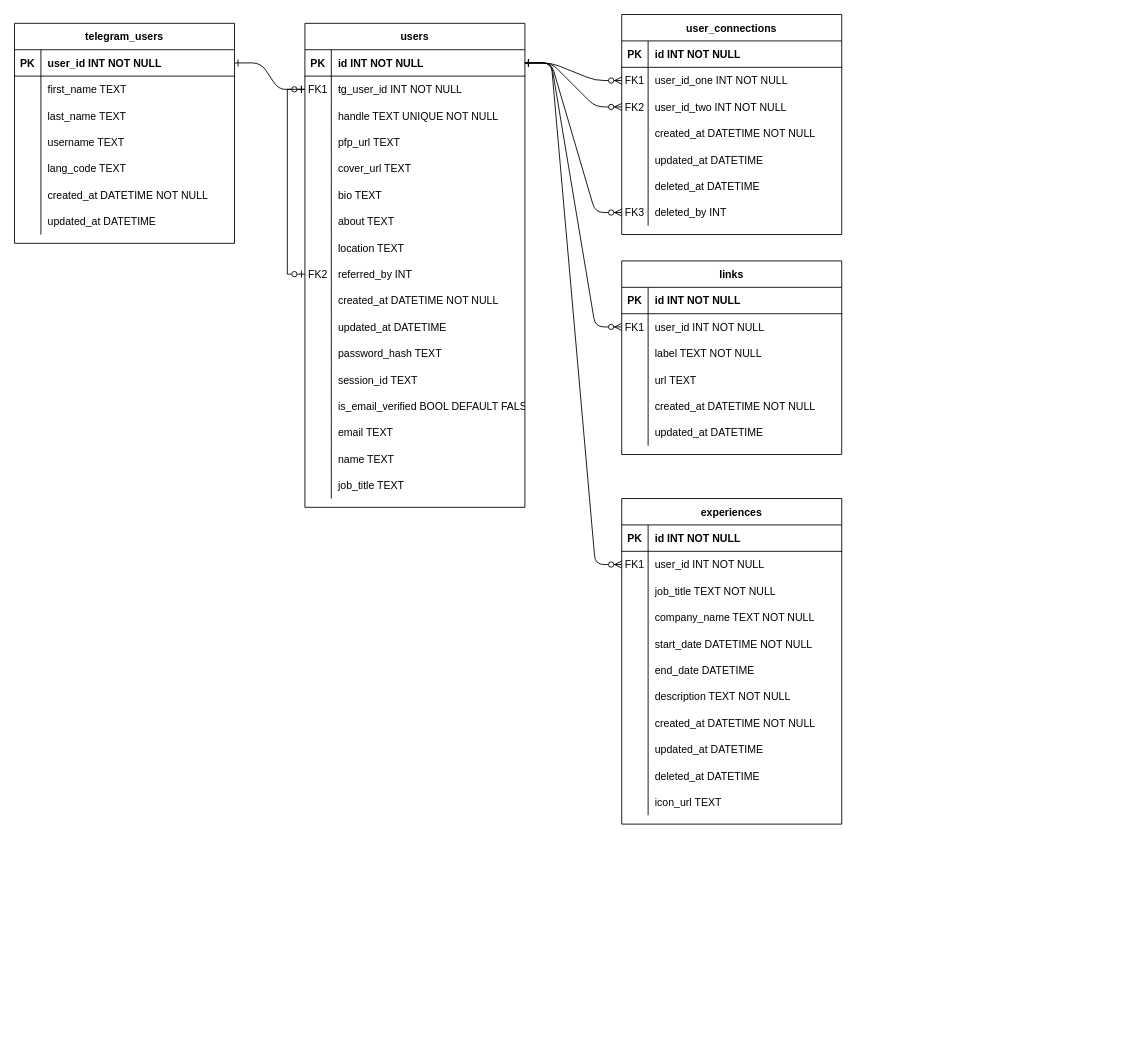
The draw.io diagram tg-profile-entity-class-diagram.drawio in ImWaynnee/tg-profile-class-diagram, before the edit. Source tidied: cells renumbered, new cells numbered last; positions are measured from the earlier drawing's top-left corner, leaving out a move shared by most shapes. Both pictures are drawn from the tidied source at 88%, with x=0, y=0 at pixel (14, 14).
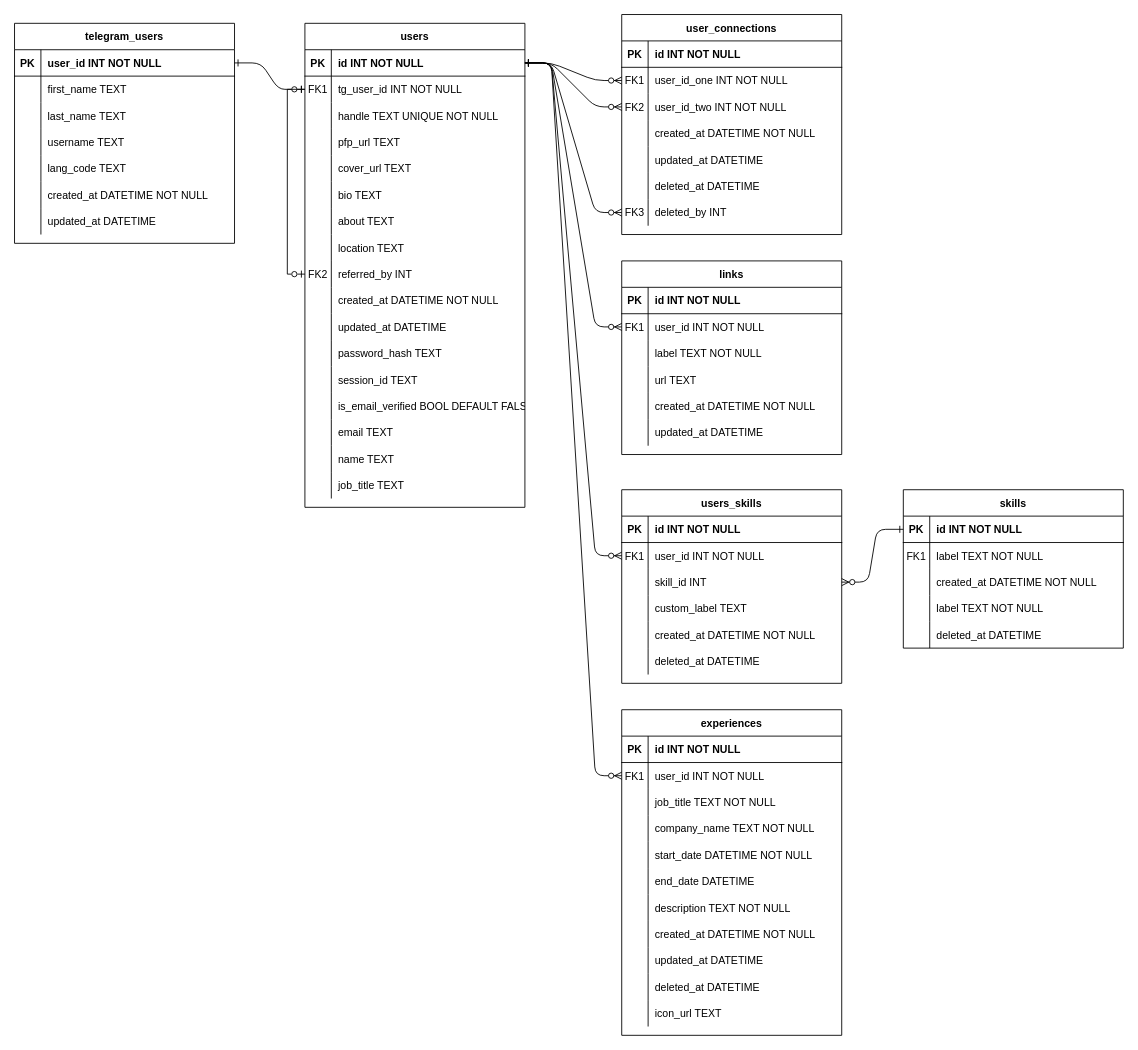
The same diagram, later.

Unchanged cells that the change refers to:
```xml
<mxCell id="5" style="shape=partialRectangle;fillColor=none;points=[[0,0.5],[1,0.5]];portConstraint=eastwest;top=0;left=0;right=0;bottom=1;" parent="4" vertex="1">
  <mxGeometry y="30" width="250" height="30" as="geometry" />
</mxCell>
```

The edit, as a diff of the source:
```diff
@@
     <mxCell id="97" value="experiences" style="shape=table;startSize=30;childLayout=tableLayout;rowLines=0;fontStyle=1;align=center;" parent="1" vertex="1">
-      <mxGeometry x="690" y="550" width="250" height="370" as="geometry" />
+      <mxGeometry x="690" y="790" width="250" height="370" as="geometry" />
     </mxCell>
@@
+    <mxCell id="159" value="skills" style="shape=table;startSize=30;childLayout=tableLayout;rowLines=0;fontStyle=1;align=center;" parent="1" vertex="1">
+      <mxGeometry x="1010" y="540" width="250" height="180" as="geometry" />
+    </mxCell>
+    <mxCell id="160" style="shape=partialRectangle;fillColor=none;points=[[0,0.5],[1,0.5]];portConstraint=eastwest;top=0;left=0;right=0;bottom=1;" parent="159" vertex="1">
+      <mxGeometry y="30" width="250" height="30" as="geometry" />
+    </mxCell>
+    <mxCell id="161" value="PK" style="shape=partialRectangle;overflow=hidden;fillColor=none;top=0;left=0;bottom=0;right=0;fontStyle=1;" parent="160" vertex="1">
+      <mxGeometry width="30" height="30" as="geometry" />
+    </mxCell>
+    <mxCell id="162" value="id INT NOT NULL" style="shape=partialRectangle;overflow=hidden;fillColor=none;top=0;left=0;bottom=0;right=0;align=left;spacingLeft=6;fontStyle=1;" parent="160" vertex="1">
+      <mxGeometry x="30" width="220" height="30" as="geometry" />
+    </mxCell>
+    <mxCell id="163" style="shape=partialRectangle;fillColor=none;top=0;left=0;right=0;bottom=0;" parent="159" vertex="1">
+      <mxGeometry y="60" width="250" height="30" as="geometry" />
+    </mxCell>
+    <mxCell id="164" value="FK1" style="shape=partialRectangle;overflow=hidden;fillColor=none;top=0;left=0;bottom=0;right=0;" parent="163" vertex="1">
+      <mxGeometry width="30" height="30" as="geometry" />
+    </mxCell>
+    <mxCell id="165" value="label TEXT NOT NULL" style="shape=partialRectangle;overflow=hidden;fillColor=none;top=0;left=0;bottom=0;right=0;align=left;spacingLeft=6;" parent="163" vertex="1">
+      <mxGeometry x="30" width="220" height="30" as="geometry" />
+    </mxCell>
+    <mxCell id="166" style="shape=partialRectangle;fillColor=none;top=0;left=0;right=0;bottom=0;" parent="159" vertex="1">
+      <mxGeometry y="90" width="250" height="30" as="geometry" />
+    </mxCell>
+    <mxCell id="167" style="shape=partialRectangle;overflow=hidden;fillColor=none;top=0;left=0;bottom=0;right=0;" parent="166" vertex="1">
+      <mxGeometry width="30" height="30" as="geometry" />
+    </mxCell>
+    <mxCell id="168" value="created_at DATETIME NOT NULL" style="shape=partialRectangle;overflow=hidden;fillColor=none;top=0;left=0;bottom=0;right=0;align=left;spacingLeft=6;" parent="166" vertex="1">
+      <mxGeometry x="30" width="220" height="30" as="geometry" />
+    </mxCell>
+    <mxCell id="169" style="shape=partialRectangle;fillColor=none;top=0;left=0;right=0;bottom=0;" parent="159" vertex="1">
+      <mxGeometry y="120" width="250" height="30" as="geometry" />
+    </mxCell>
+    <mxCell id="170" style="shape=partialRectangle;overflow=hidden;fillColor=none;top=0;left=0;bottom=0;right=0;" parent="169" vertex="1">
+      <mxGeometry width="30" height="30" as="geometry" />
+    </mxCell>
+    <mxCell id="171" value="label TEXT NOT NULL" style="shape=partialRectangle;overflow=hidden;fillColor=none;top=0;left=0;bottom=0;right=0;align=left;spacingLeft=6;" parent="169" vertex="1">
+      <mxGeometry x="30" width="220" height="30" as="geometry" />
+    </mxCell>
+    <mxCell id="172" style="shape=partialRectangle;fillColor=none;top=0;left=0;right=0;bottom=0;" parent="159" vertex="1">
+      <mxGeometry y="150" width="250" height="30" as="geometry" />
+    </mxCell>
+    <mxCell id="173" style="shape=partialRectangle;overflow=hidden;fillColor=none;top=0;left=0;bottom=0;right=0;" parent="172" vertex="1">
+      <mxGeometry width="30" height="30" as="geometry" />
+    </mxCell>
+    <mxCell id="174" value="deleted_at DATETIME" style="shape=partialRectangle;overflow=hidden;fillColor=none;top=0;left=0;bottom=0;right=0;align=left;spacingLeft=6;" parent="172" vertex="1">
+      <mxGeometry x="30" width="220" height="30" as="geometry" />
+    </mxCell>
+    <mxCell id="175" value="users_skills" style="shape=table;startSize=30;childLayout=tableLayout;rowLines=0;fontStyle=1;align=center;" parent="1" vertex="1">
+      <mxGeometry x="690" y="540" width="250" height="220" as="geometry" />
+    </mxCell>
+    <mxCell id="176" style="shape=partialRectangle;fillColor=none;top=0;left=0;right=0;bottom=1;" parent="175" vertex="1">
+      <mxGeometry y="30" width="250" height="30" as="geometry" />
+    </mxCell>
+    <mxCell id="177" value="PK" style="shape=partialRectangle;overflow=hidden;fillColor=none;top=0;left=0;bottom=0;right=0;fontStyle=1;" parent="176" vertex="1">
+      <mxGeometry width="30" height="30" as="geometry" />
+    </mxCell>
+    <mxCell id="178" value="id INT NOT NULL" style="shape=partialRectangle;overflow=hidden;fillColor=none;top=0;left=0;bottom=0;right=0;align=left;spacingLeft=6;fontStyle=1;" parent="176" vertex="1">
+      <mxGeometry x="30" width="220" height="30" as="geometry" />
+    </mxCell>
+    <mxCell id="179" style="shape=partialRectangle;fillColor=none;points=[[0,0.5],[1,0.5]];portConstraint=eastwest;top=0;left=0;right=0;bottom=0;" parent="175" vertex="1">
+      <mxGeometry y="60" width="250" height="30" as="geometry" />
+    </mxCell>
+    <mxCell id="180" value="FK1" style="shape=partialRectangle;overflow=hidden;fillColor=none;top=0;left=0;bottom=0;right=0;" parent="179" vertex="1">
+      <mxGeometry width="30" height="30" as="geometry" />
+    </mxCell>
+    <mxCell id="181" value="user_id INT NOT NULL" style="shape=partialRectangle;overflow=hidden;fillColor=none;top=0;left=0;bottom=0;right=0;align=left;spacingLeft=6;" parent="179" vertex="1">
+      <mxGeometry x="30" width="220" height="30" as="geometry" />
+    </mxCell>
+    <mxCell id="182" style="shape=partialRectangle;fillColor=none;points=[[0,0.5],[1,0.5]];portConstraint=eastwest;top=0;left=0;right=0;bottom=0;" parent="175" vertex="1">
+      <mxGeometry y="90" width="250" height="30" as="geometry" />
+    </mxCell>
+    <mxCell id="183" style="shape=partialRectangle;overflow=hidden;fillColor=none;top=0;left=0;bottom=0;right=0;" parent="182" vertex="1">
+      <mxGeometry width="30" height="30" as="geometry" />
+    </mxCell>
+    <mxCell id="184" value="skill_id INT " style="shape=partialRectangle;overflow=hidden;fillColor=none;top=0;left=0;bottom=0;right=0;align=left;spacingLeft=6;" parent="182" vertex="1">
+      <mxGeometry x="30" width="220" height="30" as="geometry" />
+    </mxCell>
+    <mxCell id="185" style="shape=partialRectangle;fillColor=none;top=0;left=0;right=0;bottom=0;" parent="175" vertex="1">
+      <mxGeometry y="120" width="250" height="30" as="geometry" />
+    </mxCell>
+    <mxCell id="186" style="shape=partialRectangle;overflow=hidden;fillColor=none;top=0;left=0;bottom=0;right=0;" parent="185" vertex="1">
+      <mxGeometry width="30" height="30" as="geometry" />
+    </mxCell>
+    <mxCell id="187" value="custom_label TEXT" style="shape=partialRectangle;overflow=hidden;fillColor=none;top=0;left=0;bottom=0;right=0;align=left;spacingLeft=6;" parent="185" vertex="1">
+      <mxGeometry x="30" width="220" height="30" as="geometry" />
+    </mxCell>
+    <mxCell id="188" style="shape=partialRectangle;fillColor=none;top=0;left=0;right=0;bottom=0;" parent="175" vertex="1">
+      <mxGeometry y="150" width="250" height="30" as="geometry" />
+    </mxCell>
+    <mxCell id="189" style="shape=partialRectangle;overflow=hidden;fillColor=none;top=0;left=0;bottom=0;right=0;" parent="188" vertex="1">
+      <mxGeometry width="30" height="30" as="geometry" />
+    </mxCell>
+    <mxCell id="190" value="created_at DATETIME NOT NULL" style="shape=partialRectangle;overflow=hidden;fillColor=none;top=0;left=0;bottom=0;right=0;align=left;spacingLeft=6;" parent="188" vertex="1">
+      <mxGeometry x="30" width="220" height="30" as="geometry" />
+    </mxCell>
+    <mxCell id="191" style="shape=partialRectangle;fillColor=none;top=0;left=0;right=0;bottom=0;" parent="175" vertex="1">
+      <mxGeometry y="180" width="250" height="30" as="geometry" />
+    </mxCell>
+    <mxCell id="192" style="shape=partialRectangle;overflow=hidden;fillColor=none;top=0;left=0;bottom=0;right=0;" parent="191" vertex="1">
+      <mxGeometry width="30" height="30" as="geometry" />
+    </mxCell>
+    <mxCell id="193" value="deleted_at DATETIME" style="shape=partialRectangle;overflow=hidden;fillColor=none;top=0;left=0;bottom=0;right=0;align=left;spacingLeft=6;" parent="191" vertex="1">
+      <mxGeometry x="30" width="220" height="30" as="geometry" />
+    </mxCell>
+    <mxCell id="194" style="edgeStyle=entityRelationEdgeStyle;endArrow=ERzeroToMany;startArrow=ERone;endFill=1;startFill=0;entryX=1;entryY=0.5;entryDx=0;entryDy=0;exitX=0;exitY=0.5;exitDx=0;exitDy=0;" parent="1" edge="1" source="160" target="182">
+      <mxGeometry relative="1" as="geometry">
+        <Array as="points">
+          <mxPoint x="1000" y="680" />
+          <mxPoint x="980" y="645" />
+        </Array>
+      </mxGeometry>
+    </mxCell>
+    <mxCell id="195" style="edgeStyle=entityRelationEdgeStyle;endArrow=ERzeroToMany;startArrow=ERone;endFill=1;startFill=0;entryX=0;entryY=0.5;entryDx=0;entryDy=0;exitX=1;exitY=0.5;exitDx=0;exitDy=0;" parent="1" edge="1" source="5" target="179">
+      <mxGeometry relative="1" as="geometry" />
+    </mxCell>
```
